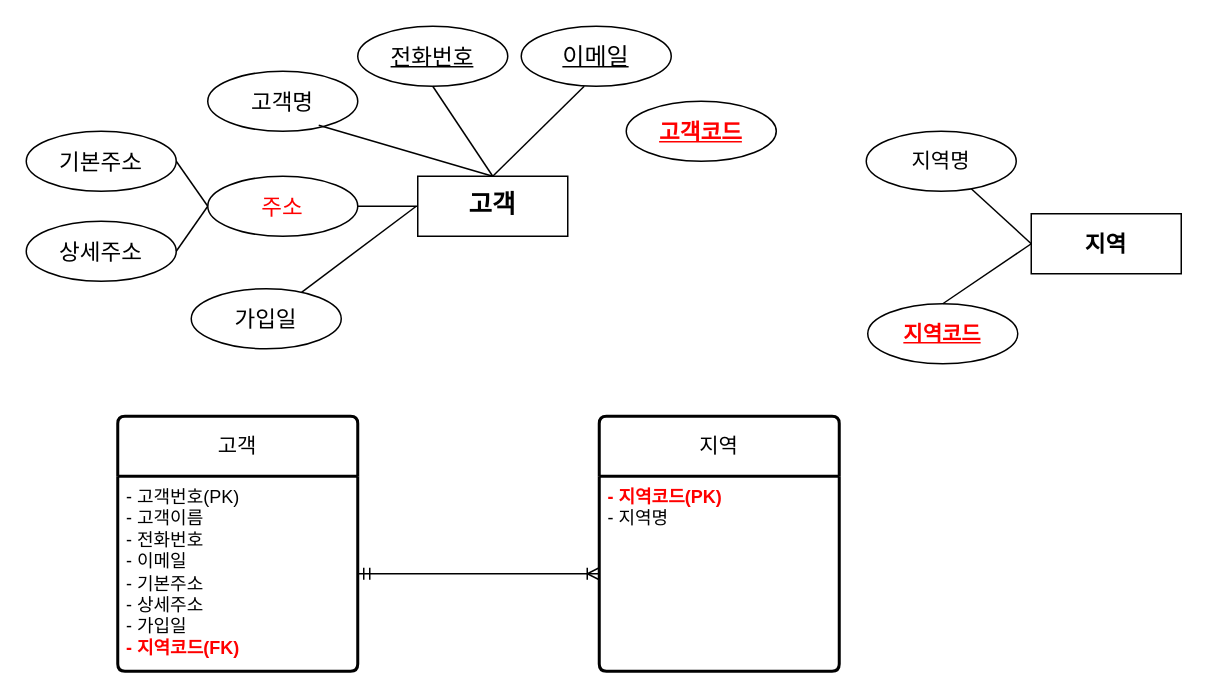
Above: page "페이지-3" (3 of 8) of erd.drawio in bitcocom/ai8erd (draw.io), before the change. Source tidied: cells renumbered, new cells numbered last; positions are measured from the earlier drawing's top-left corner, leaving out a move shared by most shapes. Both pictures are drawn from the tidied source at 150%, with x=0, y=0 at pixel (26, 26).
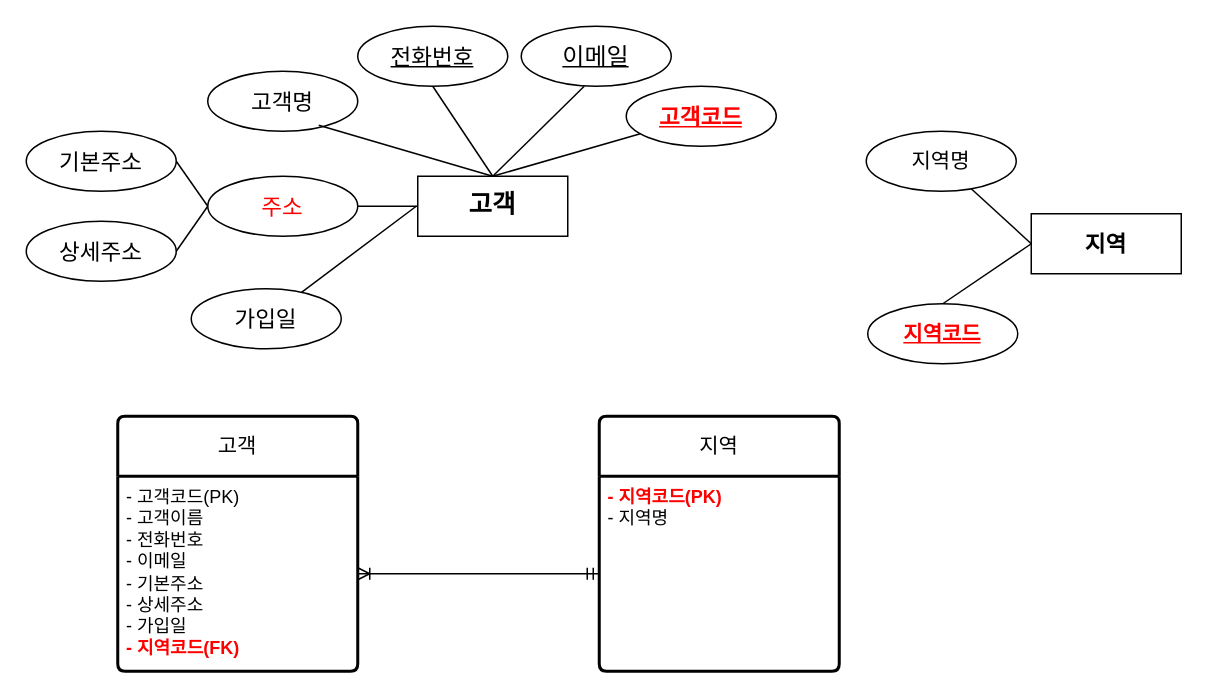
Above is the later version.

The change refers to these unchanged cells:
```xml
<mxCell id="19" value="고객" style="swimlane;horizontal=1;startSize=40;rounded=1;fontSize=14;fontStyle=0;strokeWidth=2;shadow=0;dashed=0;align=center;arcSize=4;whiteSpace=wrap;html=1;" parent="1" vertex="1">
  <mxGeometry x="61" y="260" width="160" height="170" as="geometry" />
</mxCell>
<mxCell id="27" value="&lt;b&gt;&lt;font color=&quot;#ff0000&quot;&gt;- 지역코드(PK)&lt;/font&gt;&lt;/b&gt;&lt;br&gt;- 지역명" style="align=left;strokeColor=none;fillColor=none;spacingLeft=4;fontSize=12;verticalAlign=top;html=1;" parent="26" vertex="1">
  <mxGeometry y="40" width="160" height="130" as="geometry" />
</mxCell>
```

What changed in the source:
```diff
@@
     <mxCell id="13" value="&lt;u&gt;&lt;b&gt;고객코드&lt;/b&gt;&lt;/u&gt;" style="ellipse;whiteSpace=wrap;html=1;align=center;fontSize=15;fontColor=#FF0000;" parent="1" vertex="1">
-      <mxGeometry x="400" y="50" width="100" height="40" as="geometry" />
+      <mxGeometry x="400" y="40" width="100" height="40" as="geometry" />
     </mxCell>
@@
-    <mxCell id="20" value="- 고객번호(PK)&lt;br&gt;- 고객이름&lt;br&gt;- 전화번호&lt;br&gt;- 이메일&lt;br&gt;- 기본주소&lt;br&gt;- 상세주소&lt;br&gt;- 가입일&lt;br&gt;&lt;b&gt;&lt;font color=&quot;#ff0000&quot;&gt;- 지역코드(FK)&lt;/font&gt;&lt;/b&gt;" style="align=left;strokeColor=none;fillColor=none;spacingLeft=4;fontSize=12;verticalAlign=top;html=1;" parent="19" vertex="1">
+    <mxCell id="20" value="- 고객코드(PK)&lt;br&gt;- 고객이름&lt;br&gt;- 전화번호&lt;br&gt;- 이메일&lt;br&gt;- 기본주소&lt;br&gt;- 상세주소&lt;br&gt;- 가입일&lt;br&gt;&lt;b&gt;&lt;font color=&quot;#ff0000&quot;&gt;- 지역코드(FK)&lt;/font&gt;&lt;/b&gt;" style="align=left;strokeColor=none;fillColor=none;spacingLeft=4;fontSize=12;verticalAlign=top;html=1;" parent="19" vertex="1">
       <mxGeometry y="40" width="160" height="130" as="geometry" />
     </mxCell>
@@
-    <mxCell id="28" style="edgeStyle=entityRelationEdgeStyle;fontSize=12;html=1;endArrow=ERoneToMany;startArrow=ERmandOne;rounded=0;exitX=1;exitY=0.5;exitDx=0;exitDy=0;entryX=0;entryY=0.5;entryDx=0;entryDy=0;" parent="1" edge="1" source="20" target="27">
-      <mxGeometry relative="1" as="geometry" />
-    </mxCell>
+    <mxCell id="29" style="endArrow=none;html=1;rounded=0;" parent="1" edge="1" target="13">
+      <mxGeometry relative="1" as="geometry">
+        <mxPoint x="311" y="100" as="sourcePoint" />
+      </mxGeometry>
+    </mxCell>
+    <mxCell id="30" style="edgeStyle=entityRelationEdgeStyle;fontSize=12;html=1;endArrow=ERoneToMany;startArrow=ERmandOne;rounded=0;exitX=0;exitY=0.5;exitDx=0;exitDy=0;entryX=1;entryY=0.5;entryDx=0;entryDy=0;" parent="1" edge="1" source="27" target="20">
+      <mxGeometry relative="1" as="geometry" />
+    </mxCell>
```
